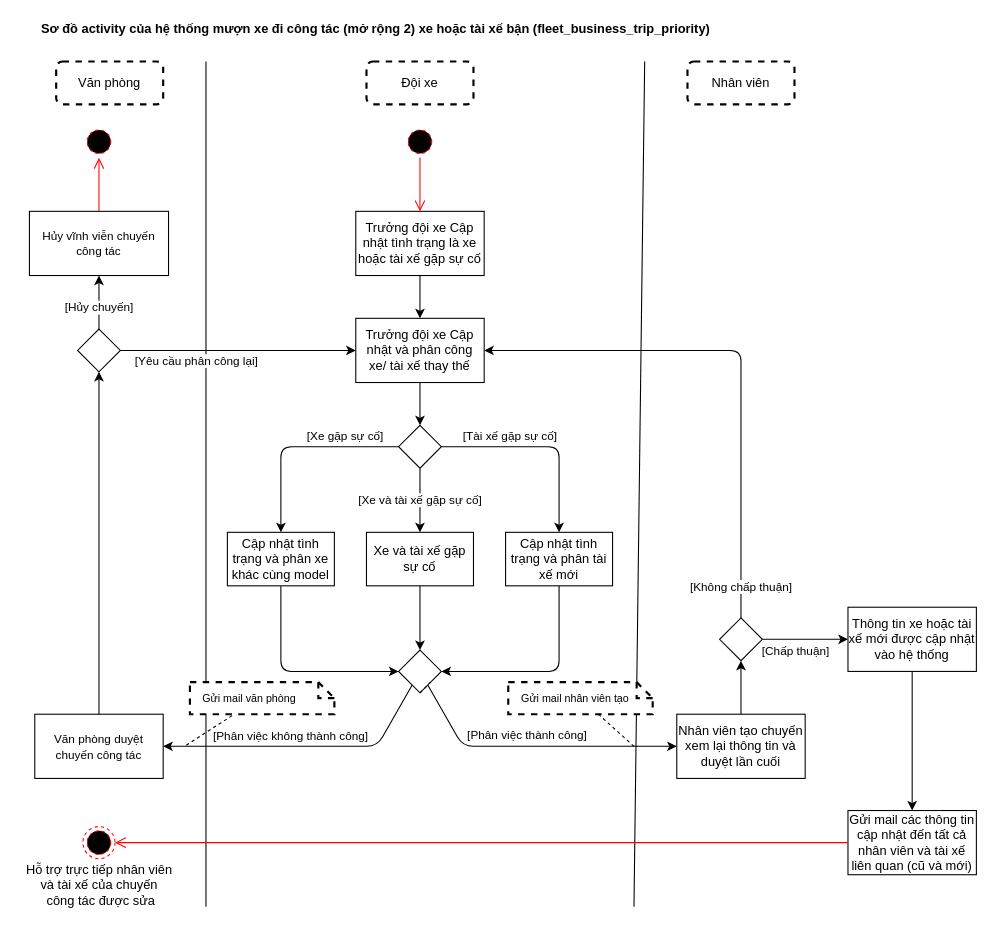
This is uml-diargrams/uml_activity_fleet_business_trip_busy.drawio from NgoHuuNghia/odoo15-digitalocean, a draw.io file, before an edit. Source tidied: cells renumbered, new cells numbered last; positions are measured from the earlier drawing's top-left corner, leaving out a move shared by most shapes. Both pictures are drawn from the tidied source at 107%, with x=0, y=0 at pixel (18, 18).
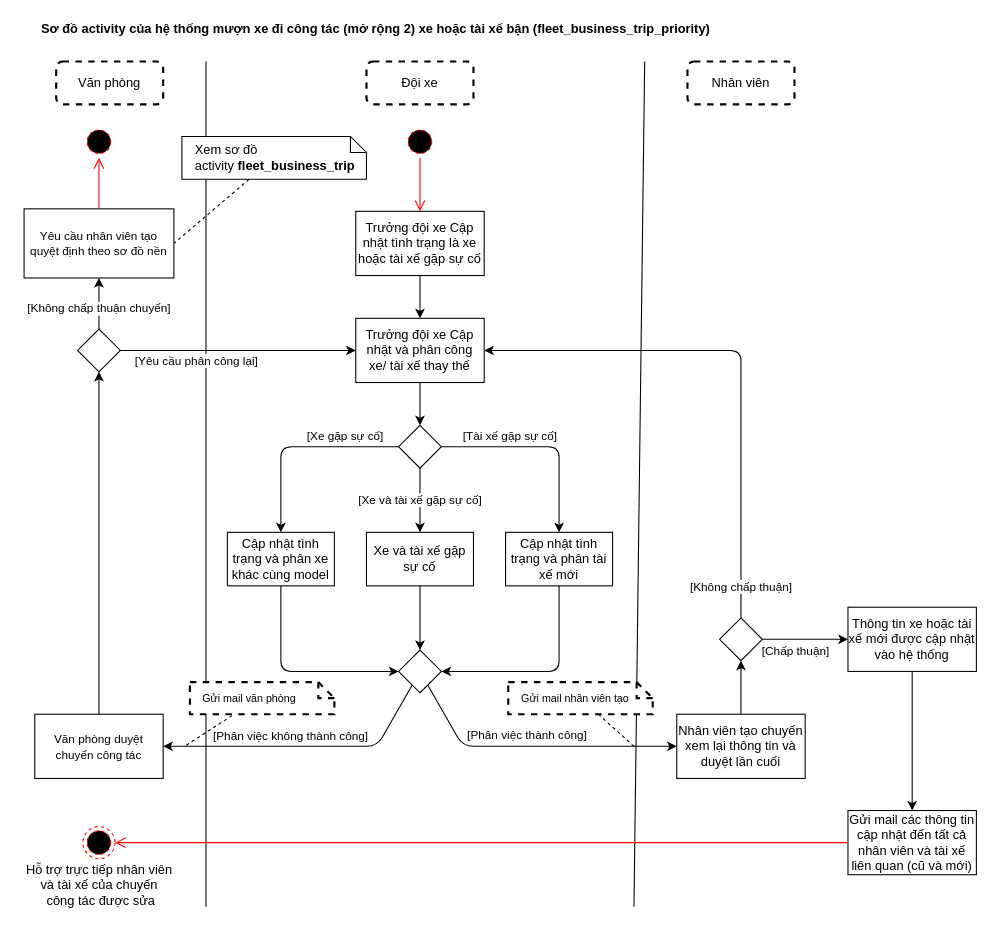
The same diagram, later.

Unchanged cells that the change refers to:
```xml
<mxCell id="49" style="rhombus;whiteSpace=wrap;html=1;" parent="1" vertex="1">
  <mxGeometry x="55" y="290" width="40" height="40" as="geometry" />
</mxCell>
```

Change to the diagram source:
```diff
@@
-    <mxCell id="48" value="[Hủy chuyến]" style="edgeStyle=none;html=1;endArrow=classic;endFill=1;" parent="1" edge="1" source="49" target="52">
+    <mxCell id="48" value="[Không chấp thuận chuyến]" style="edgeStyle=none;html=1;endArrow=classic;endFill=1;" parent="1" edge="1" source="49" target="52">
       <mxGeometry x="-0.2" relative="1" as="geometry" />
     </mxCell>
@@
-    <mxCell id="52" value="Hủy vĩnh viễn chuyến công tác" style="whiteSpace=wrap;html=1;rounded=0;fontSize=11;" parent="1" vertex="1">
-      <mxGeometry x="10" y="180" width="130" height="60" as="geometry" />
+    <mxCell id="52" value="Yêu cầu nhân viên tạo quyệt định theo sơ đồ nền" style="whiteSpace=wrap;html=1;rounded=0;fontSize=11;" parent="1" vertex="1">
+      <mxGeometry x="5" y="177.7" width="140" height="64.6" as="geometry" />
     </mxCell>
@@
+    <mxCell id="54" style="edgeStyle=none;html=1;entryX=1;entryY=0.5;entryDx=0;entryDy=0;endArrow=none;endFill=0;dashed=1;" parent="1" edge="1" source="55" target="52">
+      <mxGeometry relative="1" as="geometry" />
+    </mxCell>
+    <mxCell id="55" value="&lt;span style=&quot;text-align: center&quot;&gt;Xem sơ đồ activity&amp;nbsp;&lt;/span&gt;&lt;span style=&quot;text-align: center ; font-weight: 700&quot;&gt;fleet_business_trip&lt;/span&gt;" style="shape=note;size=15;align=left;spacingLeft=10;html=1;whiteSpace=wrap;" parent="1" vertex="1">
+      <mxGeometry x="152.5" y="110" width="172.5" height="40" as="geometry" />
+    </mxCell>
```
